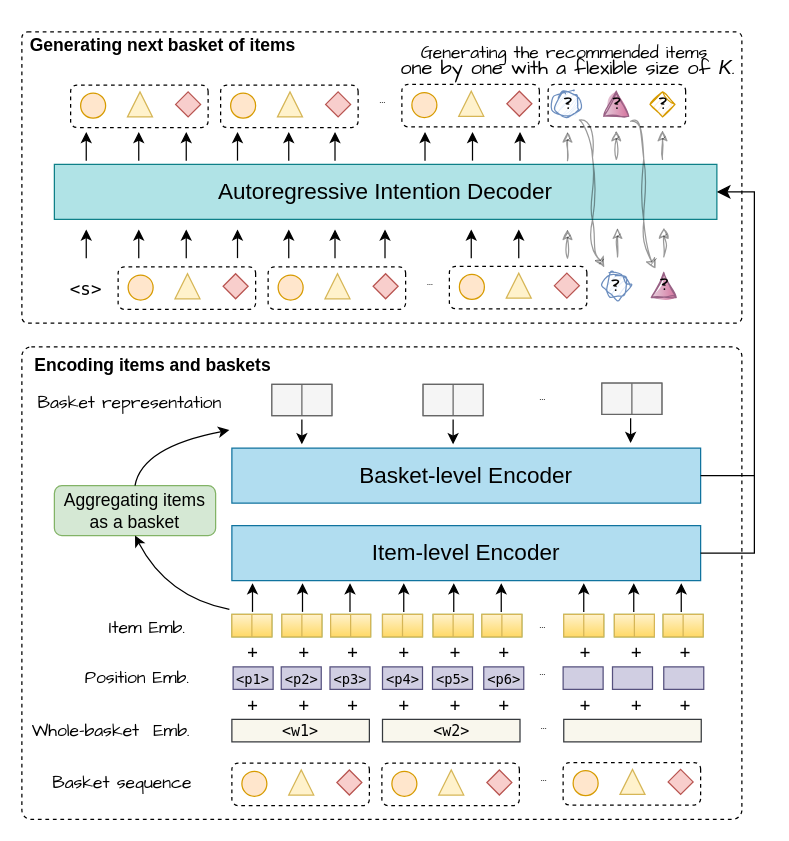
The draw.io diagram architect.drawio in wenqisun/data, before the edit. Source tidied: cells renumbered, new cells numbered last; positions are measured from the earlier drawing's top-left corner, leaving out a move shared by most shapes. Both pictures are drawn from the tidied source at 125%, with x=0, y=0 at pixel (21, 21).
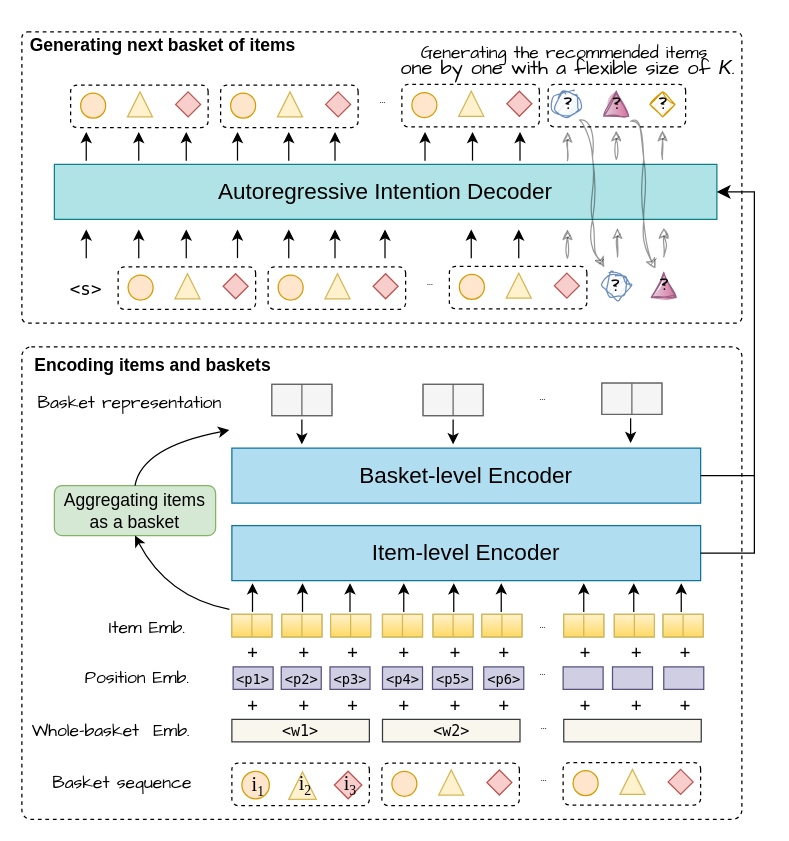
The same diagram, later.

The edit, as a diff of the source:
```diff
@@
-    <mxCell id="11" style="ellipse;whiteSpace=wrap;html=1;fillColor=#ffe6cc;strokeColor=#d79b00;" parent="1" vertex="1">
-      <mxGeometry x="176" y="599.5" width="20" height="20" as="geometry" />
+    <mxCell id="11" value="&lt;font face=&quot;Times New Roman&quot;&gt;&lt;font style=&quot;font-size: 18px;&quot;&gt;&amp;nbsp;&lt;/font&gt;&lt;font style=&quot;font-size: 16px;&quot;&gt;i&lt;/font&gt;&lt;sub style=&quot;&quot;&gt;&lt;font style=&quot;font-size: 11px;&quot;&gt;1&lt;/font&gt;&lt;/sub&gt;&lt;/font&gt;" style="ellipse;whiteSpace=wrap;html=1;fillColor=#ffe6cc;strokeColor=#d79b00;" parent="1" vertex="1">
+      <mxGeometry x="176" y="599.5" width="22" height="22" as="geometry" />
     </mxCell>
-    <mxCell id="12" style="triangle;whiteSpace=wrap;html=1;fontFamily=Comic Sans MS;fontSize=14;direction=north;fillColor=#fff2cc;strokeColor=#d6b656;" parent="1" vertex="1">
-      <mxGeometry x="213.5" y="598.5" width="20" height="20" as="geometry" />
+    <mxCell id="12" value="&lt;font style=&quot;&quot; face=&quot;Times New Roman&quot;&gt;&lt;font style=&quot;font-size: 16px;&quot;&gt;&amp;nbsp;i&lt;/font&gt;&lt;sub style=&quot;&quot;&gt;&lt;font style=&quot;font-size: 11px;&quot;&gt;2&lt;/font&gt;&lt;/sub&gt;&lt;/font&gt;" style="triangle;whiteSpace=wrap;html=1;fontFamily=Comic Sans MS;fontSize=14;direction=north;fillColor=#fff2cc;strokeColor=#d6b656;" parent="1" vertex="1">
+      <mxGeometry x="213.5" y="600" width="22" height="22" as="geometry" />
     </mxCell>
-    <mxCell id="13" style="rhombus;whiteSpace=wrap;html=1;fontFamily=Comic Sans MS;fontSize=14;fillColor=#f8cecc;strokeColor=#b85450;" parent="1" vertex="1">
-      <mxGeometry x="252" y="598.5" width="20" height="20" as="geometry" />
+    <mxCell id="13" value="&lt;font style=&quot;&quot; face=&quot;Times New Roman&quot;&gt;&lt;font style=&quot;font-size: 16px;&quot;&gt;&amp;nbsp;i&lt;/font&gt;&lt;sub style=&quot;&quot;&gt;&lt;font style=&quot;font-size: 11px;&quot;&gt;3&lt;/font&gt;&lt;/sub&gt;&lt;/font&gt;" style="rhombus;whiteSpace=wrap;html=1;fontFamily=Comic Sans MS;fontSize=14;fillColor=#f8cecc;strokeColor=#b85450;" parent="1" vertex="1">
+      <mxGeometry x="250" y="599.5" width="22" height="22" as="geometry" />
     </mxCell>
```
